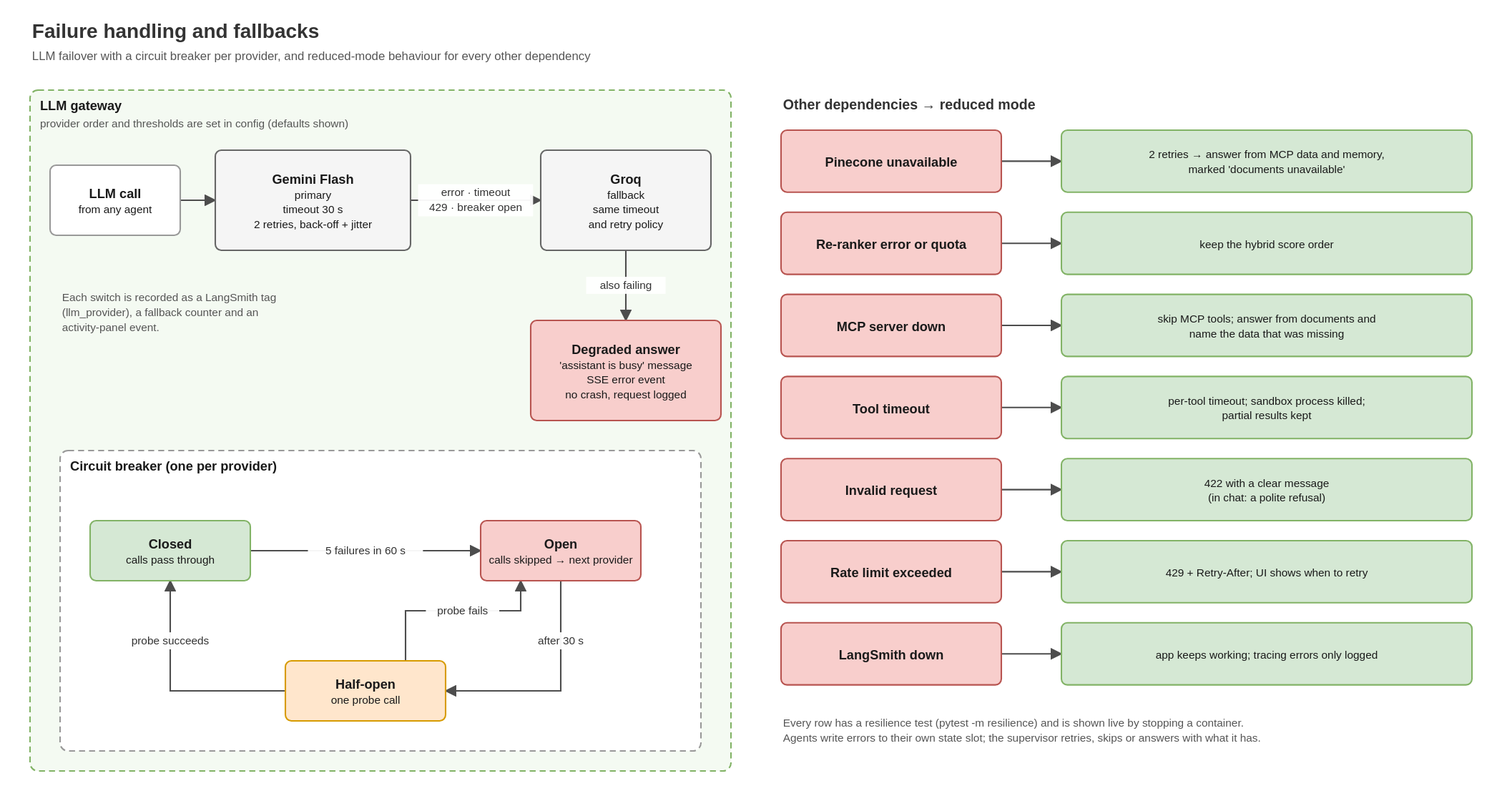
Before: docs/architecture/07-failure-handling.drawio.svg, a diagram exported from draw.io (madukawala/enterprise-knowledge-agent). Source tidied: cells renumbered, new cells last; positions are measured from the earlier drawing's top-left corner, leaving out a move shared by most shapes.
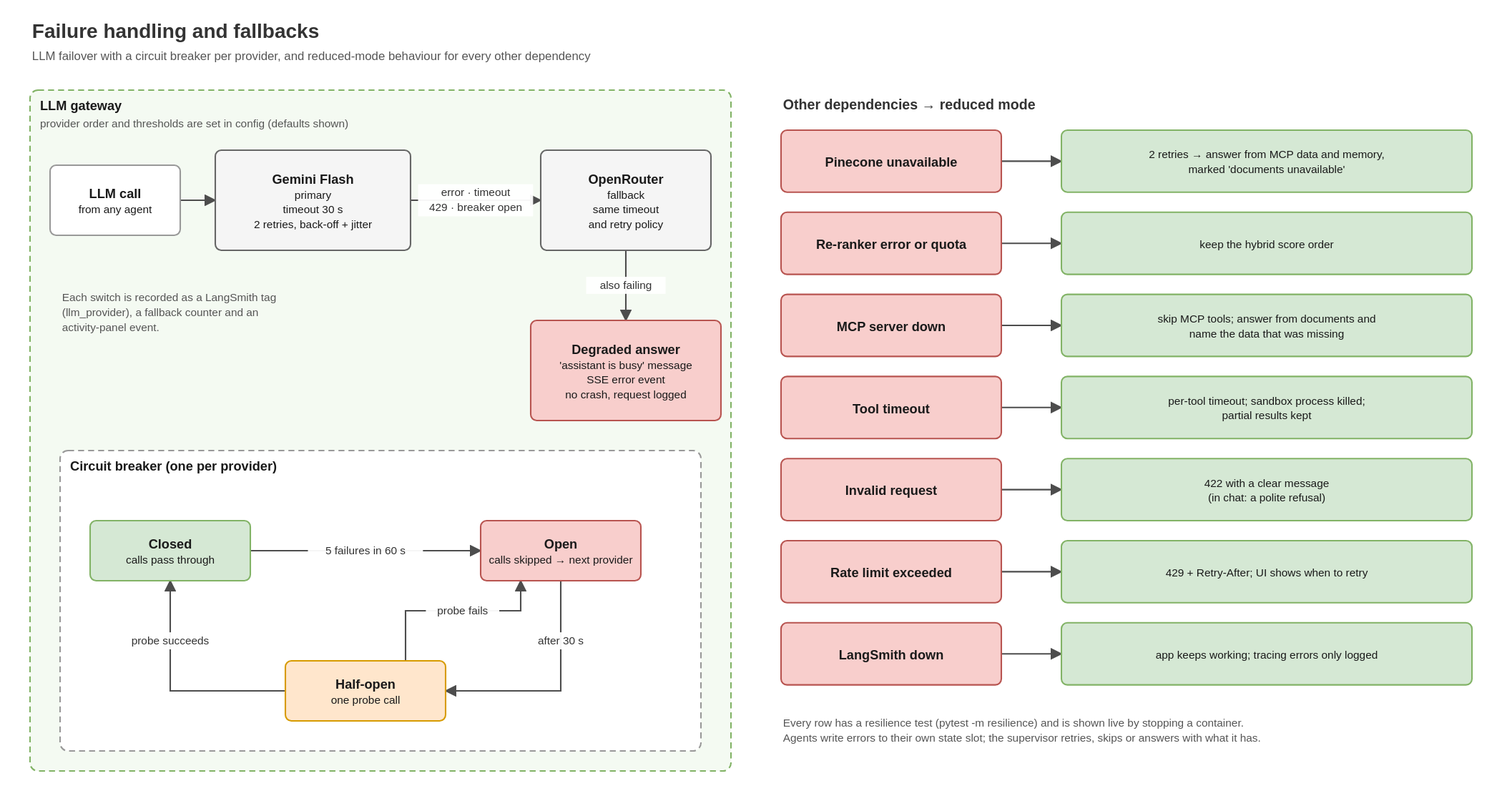
Later version of the same file.

Change to the diagram source:
```diff
@@ -20,9 +20,9 @@
     <mxCell id="7" value="&lt;b&gt;Gemini Flash&lt;/b&gt;&lt;br&gt;&lt;span style=&quot;font-size:11px&quot;&gt;primary&lt;br&gt;timeout 30 s&lt;br&gt;2 retries, back-off + jitter&lt;/span&gt;" style="html=1;whiteSpace=wrap;fontFamily=Helvetica;fontSize=13;fontColor=#1A1A1A;rounded=1;absoluteArcSize=1;arcSize=12;fillColor=#F5F5F5;strokeColor=#666666;strokeWidth=1.5;align=center;" parent="1" vertex="1">
       <mxGeometry x="185" y="132" width="195" height="100" as="geometry" />
     </mxCell>
-    <mxCell id="8" value="&lt;b&gt;Groq&lt;/b&gt;&lt;br&gt;&lt;span style=&quot;font-size:11px&quot;&gt;fallback&lt;br&gt;same timeout&lt;br&gt;and retry policy&lt;/span&gt;" style="html=1;whiteSpace=wrap;fontFamily=Helvetica;fontSize=13;fontColor=#1A1A1A;rounded=1;absoluteArcSize=1;arcSize=12;fillColor=#F5F5F5;strokeColor=#666666;strokeWidth=1.5;align=center;" parent="1" vertex="1">
-      <mxGeometry x="510" y="132" width="170" height="100" as="geometry" />
-    </mxCell>
+    <mxCell id="44" value="&lt;b&gt;OpenRouter&lt;/b&gt;&lt;br&gt;&lt;span style=&quot;font-size:11px&quot;&gt;fallback&lt;br&gt;same timeout&lt;br&gt;and retry policy&lt;/span&gt;" style="html=1;whiteSpace=wrap;fontFamily=Helvetica;fontSize=13;fontColor=#1A1A1A;rounded=1;absoluteArcSize=1;arcSize=12;fillColor=#F5F5F5;strokeColor=#666666;strokeWidth=1.5;align=center;" parent="1" vertex="1">
+      <mxGeometry x="510" y="132" width="170" height="100" as="geometry" />
+    </mxCell>
     <mxCell id="9" value="&lt;b&gt;Degraded answer&lt;/b&gt;&lt;br&gt;&lt;span style=&quot;font-size:11px&quot;&gt;'assistant is busy' message&lt;br&gt;SSE error event&lt;br&gt;no crash, request logged&lt;/span&gt;" style="html=1;whiteSpace=wrap;fontFamily=Helvetica;fontSize=13;fontColor=#1A1A1A;rounded=1;absoluteArcSize=1;arcSize=12;fillColor=#F8CECC;strokeColor=#B85450;strokeWidth=1.5;align=center;" parent="1" vertex="1">
       <mxGeometry x="500" y="302" width="190" height="100" as="geometry" />
     </mxCell>
@@ -89,10 +89,10 @@
     <mxCell id="30" style="edgeStyle=none;rounded=0;html=1;fontFamily=Helvetica;fontSize=11;fontColor=#333333;labelBackgroundColor=#FFFFFF;strokeColor=#4D4D4D;strokeWidth=1.5;endArrow=block;endFill=1;endSize=7;exitX=1;exitY=0.5;exitDx=0;exitDy=0;entryX=0;entryY=0.5;entryDx=0;entryDy=0;" parent="1" edge="1" source="6" target="7">
       <mxGeometry relative="1" as="geometry" />
     </mxCell>
-    <mxCell id="31" value="error · timeout&#10;429 · breaker open" style="edgeStyle=none;rounded=0;html=1;fontFamily=Helvetica;fontSize=11;fontColor=#333333;labelBackgroundColor=#FFFFFF;strokeColor=#4D4D4D;strokeWidth=1.5;endArrow=block;endFill=1;endSize=7;exitX=1;exitY=0.5;exitDx=0;exitDy=0;entryX=0;entryY=0.5;entryDx=0;entryDy=0;" parent="1" edge="1" source="7" target="8">
+    <mxCell id="31" value="error · timeout&#10;429 · breaker open" style="edgeStyle=none;rounded=0;html=1;fontFamily=Helvetica;fontSize=11;fontColor=#333333;labelBackgroundColor=#FFFFFF;strokeColor=#4D4D4D;strokeWidth=1.5;endArrow=block;endFill=1;endSize=7;exitX=1;exitY=0.5;exitDx=0;exitDy=0;entryX=0;entryY=0.5;entryDx=0;entryDy=0;" parent="1" edge="1" source="7" target="44">
       <mxGeometry relative="1" as="geometry" />
     </mxCell>
-    <mxCell id="32" value="also failing" style="edgeStyle=none;rounded=0;html=1;fontFamily=Helvetica;fontSize=11;fontColor=#333333;labelBackgroundColor=#FFFFFF;strokeColor=#4D4D4D;strokeWidth=1.5;endArrow=block;endFill=1;endSize=7;exitX=0.5;exitY=1;exitDx=0;exitDy=0;entryX=0.5;entryY=0;entryDx=0;entryDy=0;" parent="1" edge="1" source="8" target="9">
+    <mxCell id="32" value="also failing" style="edgeStyle=none;rounded=0;html=1;fontFamily=Helvetica;fontSize=11;fontColor=#333333;labelBackgroundColor=#FFFFFF;strokeColor=#4D4D4D;strokeWidth=1.5;endArrow=block;endFill=1;endSize=7;exitX=0.5;exitY=1;exitDx=0;exitDy=0;entryX=0.5;entryY=0;entryDx=0;entryDy=0;" parent="1" edge="1" source="44" target="9">
       <mxGeometry relative="1" as="geometry" />
     </mxCell>
     <mxCell id="33" value="5 failures in 60 s" style="edgeStyle=none;rounded=0;html=1;fontFamily=Helvetica;fontSize=11;fontColor=#333333;labelBackgroundColor=#FFFFFF;strokeColor=#4D4D4D;strokeWidth=1.5;endArrow=block;endFill=1;endSize=7;exitX=1;exitY=0.5;exitDx=0;exitDy=0;entryX=0;entryY=0.5;entryDx=0;entryDy=0;" parent="1" edge="1" source="11" target="12">
```
